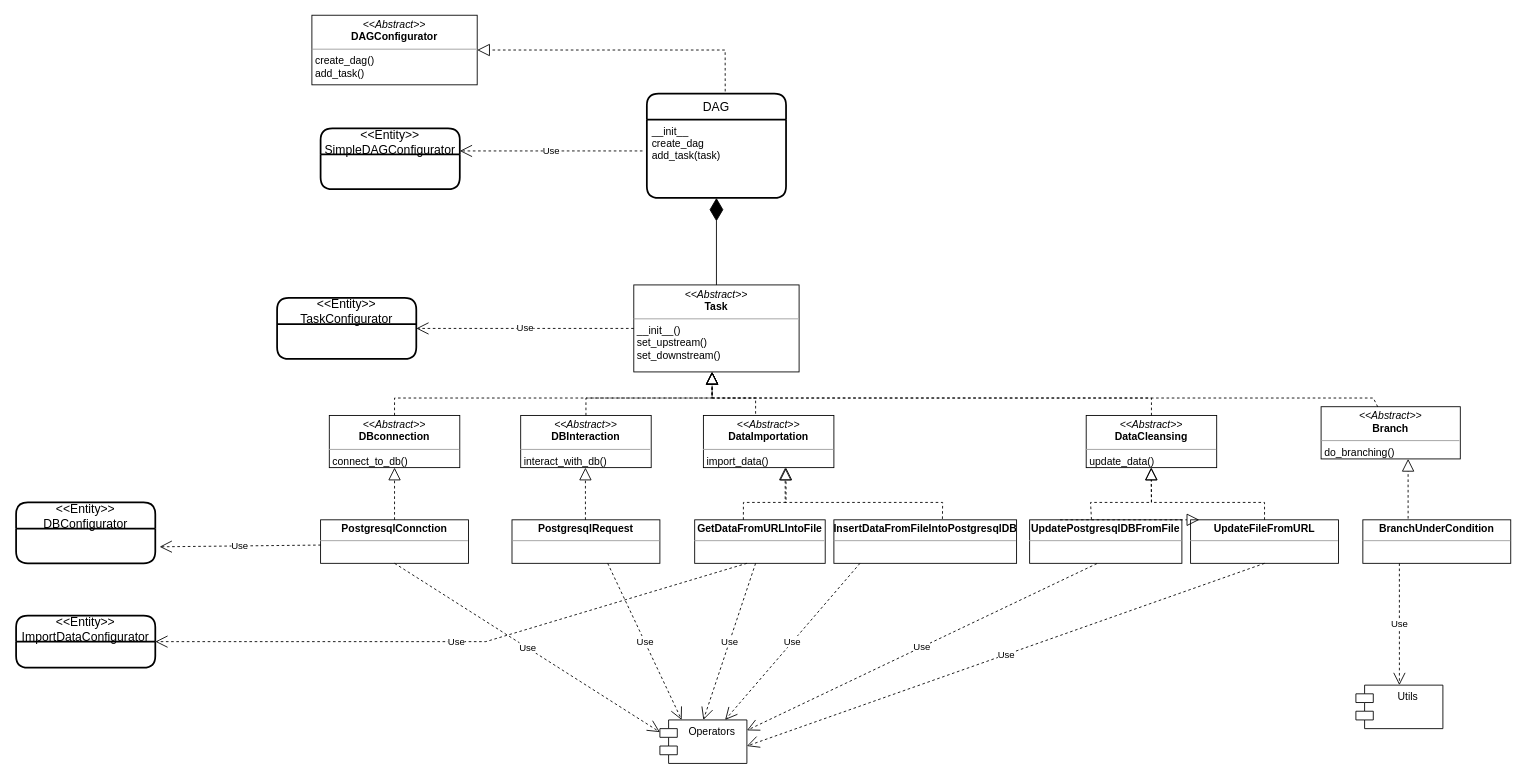
The draw.io diagram fastapi class diag.drawio in KadriR-hash/test-airflow, before the edit. Source tidied: cells renumbered, new cells numbered last; positions are measured from the earlier drawing's top-left corner, leaving out a move shared by most shapes. Both pictures are drawn from the tidied source at 87%, with x=0, y=0 at pixel (16, 15).
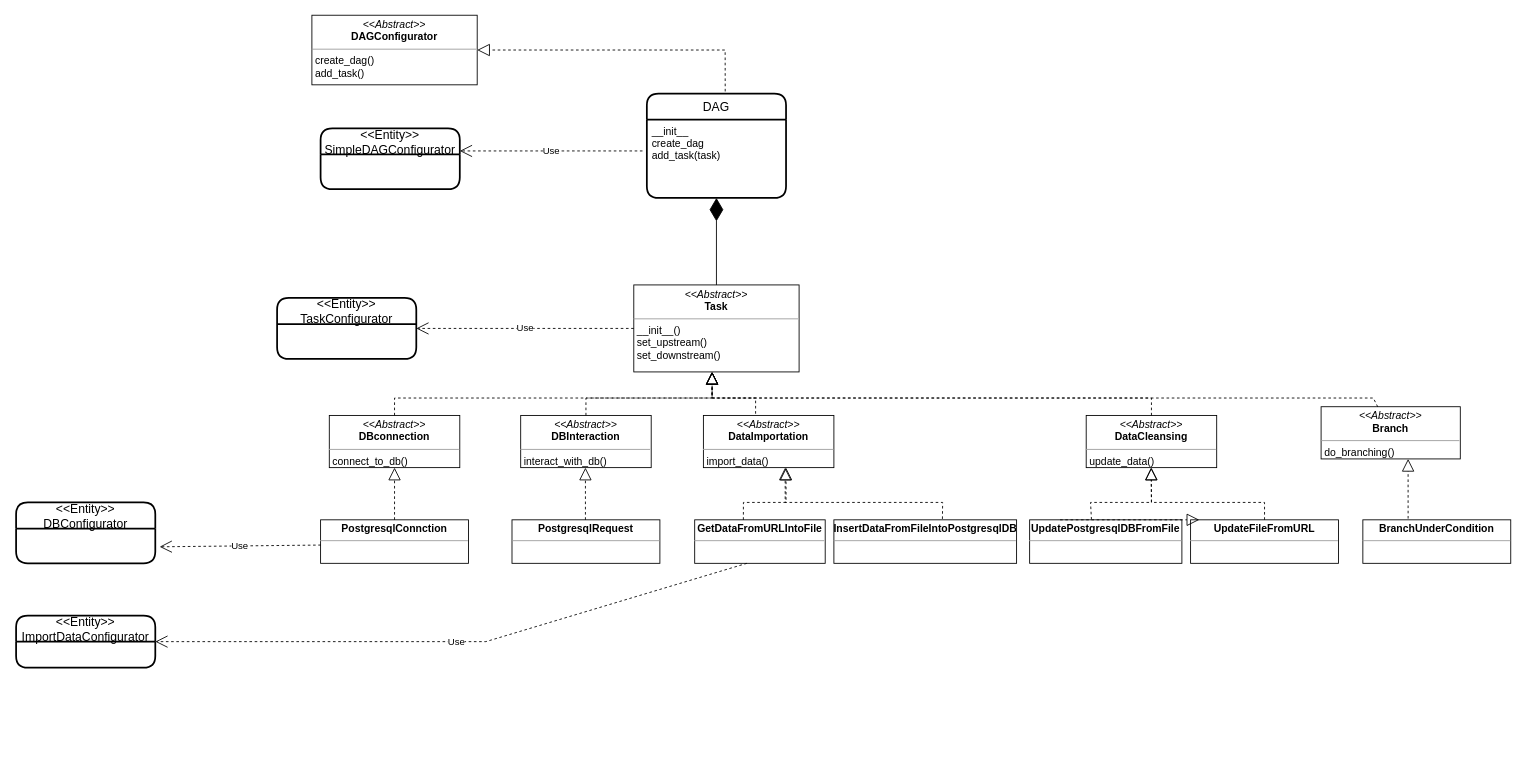
The same page after the edit.

Unchanged cells that the change refers to:
```xml
<mxCell id="11" value="&lt;p style=&quot;margin:0px;margin-top:4px;text-align:center;&quot;&gt;&lt;b&gt;PostgresqlConnction&lt;/b&gt;&lt;/p&gt;&lt;hr size=&quot;1&quot;&gt;&lt;p style=&quot;margin:0px;margin-left:4px;&quot;&gt;&lt;/p&gt;&lt;p style=&quot;margin:0px;margin-left:4px;&quot;&gt;&lt;br&gt;&lt;/p&gt;" style="verticalAlign=top;align=left;overflow=fill;fontSize=12;fontFamily=Helvetica;html=1;" parent="1" vertex="1">
  <mxGeometry x="350" y="580" width="170" height="50" as="geometry" />
</mxCell>
<mxCell id="18" value="&lt;p style=&quot;margin:0px;margin-top:4px;text-align:center;&quot;&gt;&lt;b&gt;UpdatePostgresqlDBFromFile&lt;/b&gt;&lt;/p&gt;&lt;hr size=&quot;1&quot;&gt;&lt;p style=&quot;margin:0px;margin-left:4px;&quot;&gt;&lt;/p&gt;&lt;p style=&quot;margin:0px;margin-left:4px;&quot;&gt;&lt;br&gt;&lt;/p&gt;" style="verticalAlign=top;align=left;overflow=fill;fontSize=12;fontFamily=Helvetica;html=1;" parent="1" vertex="1">
  <mxGeometry x="1165" y="580" width="175" height="50" as="geometry" />
</mxCell>
<mxCell id="19" value="&lt;p style=&quot;margin:0px;margin-top:4px;text-align:center;&quot;&gt;&lt;b&gt;UpdateFileFromURL&lt;/b&gt;&lt;/p&gt;&lt;hr size=&quot;1&quot;&gt;&lt;p style=&quot;margin:0px;margin-left:4px;&quot;&gt;&lt;/p&gt;&lt;p style=&quot;margin:0px;margin-left:4px;&quot;&gt;&lt;br&gt;&lt;/p&gt;" style="verticalAlign=top;align=left;overflow=fill;fontSize=12;fontFamily=Helvetica;html=1;" parent="1" vertex="1">
  <mxGeometry x="1350" y="580" width="170" height="50" as="geometry" />
</mxCell>
<mxCell id="33" value="&lt;p style=&quot;margin:0px;margin-top:4px;text-align:center;&quot;&gt;&lt;b&gt;BranchUnderCondition&lt;/b&gt;&lt;/p&gt;&lt;hr size=&quot;1&quot;&gt;&lt;p style=&quot;margin:0px;margin-left:4px;&quot;&gt;&lt;/p&gt;&lt;p style=&quot;margin:0px;margin-left:4px;&quot;&gt;&lt;br&gt;&lt;/p&gt;" style="verticalAlign=top;align=left;overflow=fill;fontSize=12;fontFamily=Helvetica;html=1;" parent="1" vertex="1">
  <mxGeometry x="1548" y="580" width="170" height="50" as="geometry" />
</mxCell>
```

What changed in the source:
```diff
@@
-    <mxCell id="25" value="Use" style="endArrow=open;endSize=12;dashed=1;html=1;rounded=0;entryX=0.25;entryY=0;entryDx=0;entryDy=0;" parent="1" edge="1" target="31">
-      <mxGeometry relative="1" as="geometry">
-        <mxPoint x="680" y="630" as="sourcePoint" />
-      </mxGeometry>
-    </mxCell>
-    <mxCell id="26" value="Use" style="endArrow=open;endSize=12;dashed=1;html=1;rounded=0;entryX=0.5;entryY=0;entryDx=0;entryDy=0;" parent="1" edge="1" target="31">
-      <mxGeometry relative="1" as="geometry">
-        <mxPoint x="850" y="630" as="sourcePoint" />
-      </mxGeometry>
-    </mxCell>
-    <mxCell id="27" value="Use" style="endArrow=open;endSize=12;dashed=1;html=1;rounded=0;entryX=0.75;entryY=0;entryDx=0;entryDy=0;" parent="1" edge="1" target="31">
-      <mxGeometry relative="1" as="geometry">
-        <mxPoint x="970" y="630" as="sourcePoint" />
-      </mxGeometry>
-    </mxCell>
-    <mxCell id="28" value="Use" style="endArrow=open;endSize=12;dashed=1;html=1;rounded=0;entryX=0;entryY=0;entryDx=0;entryDy=14;entryPerimeter=0;exitX=0.5;exitY=1;exitDx=0;exitDy=0;" parent="1" edge="1" source="11">
-      <mxGeometry relative="1" as="geometry">
-        <mxPoint x="740" y="824" as="targetPoint" />
-      </mxGeometry>
-    </mxCell>
-    <mxCell id="29" value="Use" style="endArrow=open;endSize=12;dashed=1;html=1;rounded=0;entryX=0;entryY=0;entryDx=70;entryDy=32;entryPerimeter=0;exitX=0.442;exitY=1.006;exitDx=0;exitDy=0;exitPerimeter=0;" parent="1" edge="1" source="18">
-      <mxGeometry relative="1" as="geometry">
-        <mxPoint x="840" y="822" as="targetPoint" />
-      </mxGeometry>
-    </mxCell>
-    <mxCell id="30" value="Use" style="endArrow=open;endSize=12;dashed=1;html=1;rounded=0;exitX=0.5;exitY=1;exitDx=0;exitDy=0;" parent="1" edge="1" source="19">
-      <mxGeometry relative="1" as="geometry">
-        <mxPoint x="840" y="840" as="targetPoint" />
-      </mxGeometry>
-    </mxCell>
-    <mxCell id="31" value="Operators" style="shape=module;align=left;spacingLeft=20;align=center;verticalAlign=top;" parent="1" vertex="1">
-      <mxGeometry x="740" y="810" width="100" height="50" as="geometry" />
-    </mxCell>
@@
-    <mxCell id="36" value="Utils" style="shape=module;align=left;spacingLeft=20;align=center;verticalAlign=top;" parent="1" vertex="1">
-      <mxGeometry x="1540" y="770" width="100" height="50" as="geometry" />
-    </mxCell>
@@
-    <mxCell id="38" value="Use" style="endArrow=open;endSize=12;dashed=1;html=1;rounded=0;entryX=0.5;entryY=0;entryDx=0;entryDy=0;exitX=0.247;exitY=1;exitDx=0;exitDy=0;exitPerimeter=0;" parent="1" edge="1" source="33" target="36">
-      <mxGeometry relative="1" as="geometry" />
-    </mxCell>
```
